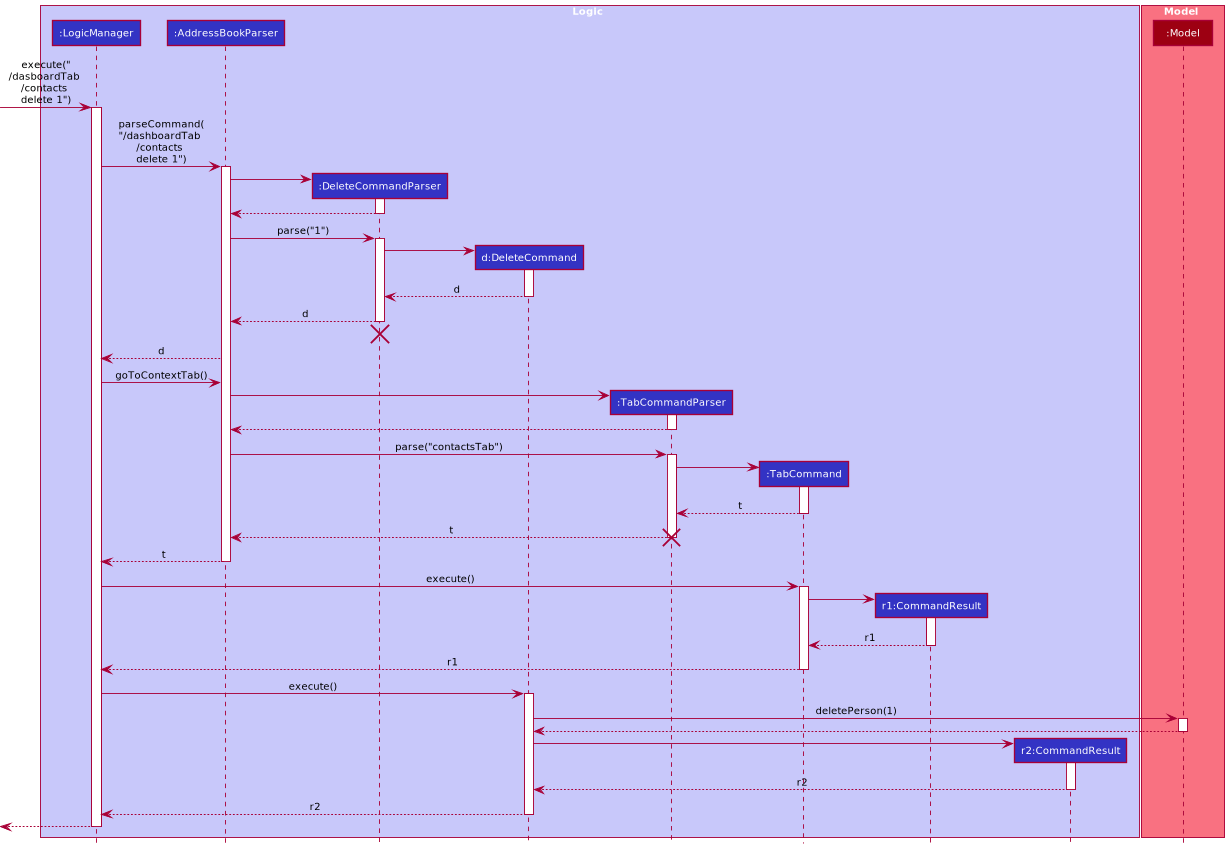
whoisjustinngo/tp keeps this PlantUML diagram as docs/images/DeleteSequenceDiagram.png. Above is the earlier version.
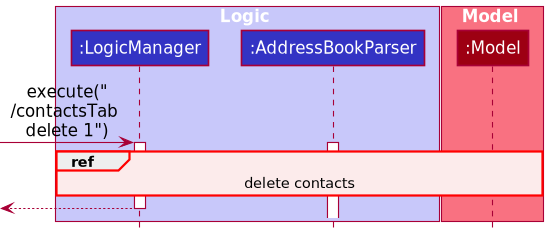
Later version of the same file.

Commit message:
Styling reference frames color

Change to the diagram source:
```diff
@@ -1,111 +1,25 @@
 @startuml
 !include style.puml
 
-skinparam arrowFontSize 11
-skinparam participantFontSize 11
+skinparam arrowFontSize 15
+skinparam participantFontSize  15
 
 box Logic LOGIC_COLOR_T1
 participant ":LogicManager" as LogicManager LOGIC_COLOR
 participant ":AddressBookParser" as AddressBookParser LOGIC_COLOR
-participant ":DeleteCommandParser" as DeleteCommandParser LOGIC_COLOR
-participant "d:DeleteCommand" as DeleteCommand LOGIC_COLOR
-participant ":TabCommandParser" as TabCommandParser LOGIC_COLOR
-participant ":TabCommand" as TabCommand LOGIC_COLOR
-participant "r1:CommandResult" as CommandResult1 LOGIC_COLOR
-participant "r2:CommandResult" as CommandResult2 LOGIC_COLOR
 end box
 
 box Model MODEL_COLOR_T1
 participant ":Model" as Model MODEL_COLOR
 end box
 
-[-> LogicManager : execute("\n/dasboardTab \n/contacts \ndelete 1")
+[-> LogicManager : execute("\n/contactsTab \ndelete 1")
 activate LogicManager
 
-LogicManager -> AddressBookParser : parseCommand(\n"/dashboardTab \n/contacts \ndelete 1")
 activate AddressBookParser
 
-create DeleteCommandParser
-AddressBookParser -> DeleteCommandParser
-activate DeleteCommandParser
 
-DeleteCommandParser --> AddressBookParser
-deactivate DeleteCommandParser
-
-AddressBookParser -> DeleteCommandParser : parse("1")
-activate DeleteCommandParser
-
-create DeleteCommand
-DeleteCommandParser -> DeleteCommand
-activate DeleteCommand
-
-DeleteCommand --> DeleteCommandParser : d
-deactivate DeleteCommand
-
-DeleteCommandParser --> AddressBookParser : d
-deactivate DeleteCommandParser
-DeleteCommandParser -[hidden]-> AddressBookParser
-destroy DeleteCommandParser
-
-AddressBookParser --> LogicManager : d
-LogicManager -> AddressBookParser : goToContextTab()
-
-create TabCommandParser
-AddressBookParser -> TabCommandParser
-activate TabCommandParser
-
-
-TabCommandParser --> AddressBookParser
-deactivate TabCommandParser
-
-AddressBookParser -> TabCommandParser : parse("contactsTab")
-activate TabCommandParser
-
-create TabCommand
-TabCommandParser ->TabCommand
-activate TabCommand
-
-TabCommand --> TabCommandParser : t
-deactivate TabCommand
-
-TabCommandParser --> AddressBookParser : t
-deactivate TabCommandParser
-destroy TabCommandParser
-
-AddressBookParser --> LogicManager : t
-deactivate AddressBookParser
-
-LogicManager -> TabCommand : execute()
-activate TabCommand
-
-create CommandResult1
-TabCommand -> CommandResult1
-activate CommandResult1
-
-CommandResult1 --> TabCommand: r1
-deactivate CommandResult1
-
-TabCommand --> LogicManager : r1
-deactivate TabCommand
-
-LogicManager -> DeleteCommand : execute()
-activate DeleteCommand
-
-DeleteCommand -> Model : deletePerson(1)
-activate Model
-
-Model --> DeleteCommand
-deactivate Model
-
-create CommandResult2
-DeleteCommand -> CommandResult2
-activate CommandResult2
-
-CommandResult2 --> DeleteCommand : r2
-deactivate CommandResult2
-
-DeleteCommand --> LogicManager : r2
-deactivate DeleteCommand
+ref over LogicManager, AddressBookParser, Model : delete contacts
 
 [<--LogicManager
 deactivate LogicManager
```
